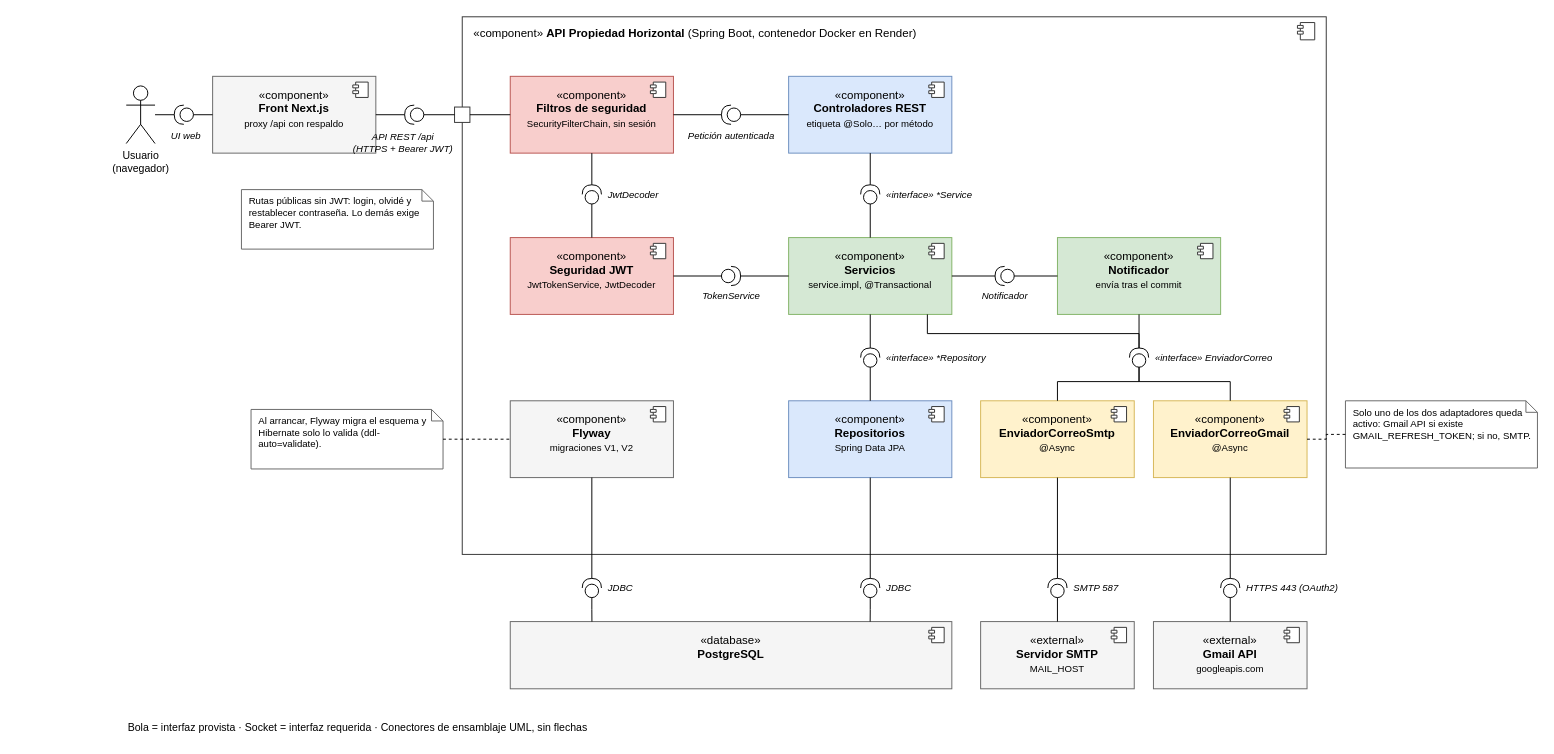
The draw.io diagram docs/diagramas/fuente/29-componentes.drawio.xml in yor1008/propiedad-horizontal-back-end, before the edit. Source tidied: cells renumbered, new cells numbered last; positions are measured from the earlier drawing's top-left corner, leaving out a move shared by most shapes. Both pictures are drawn from the tidied source at 96%, with x=0, y=0 at pixel (126, 16).
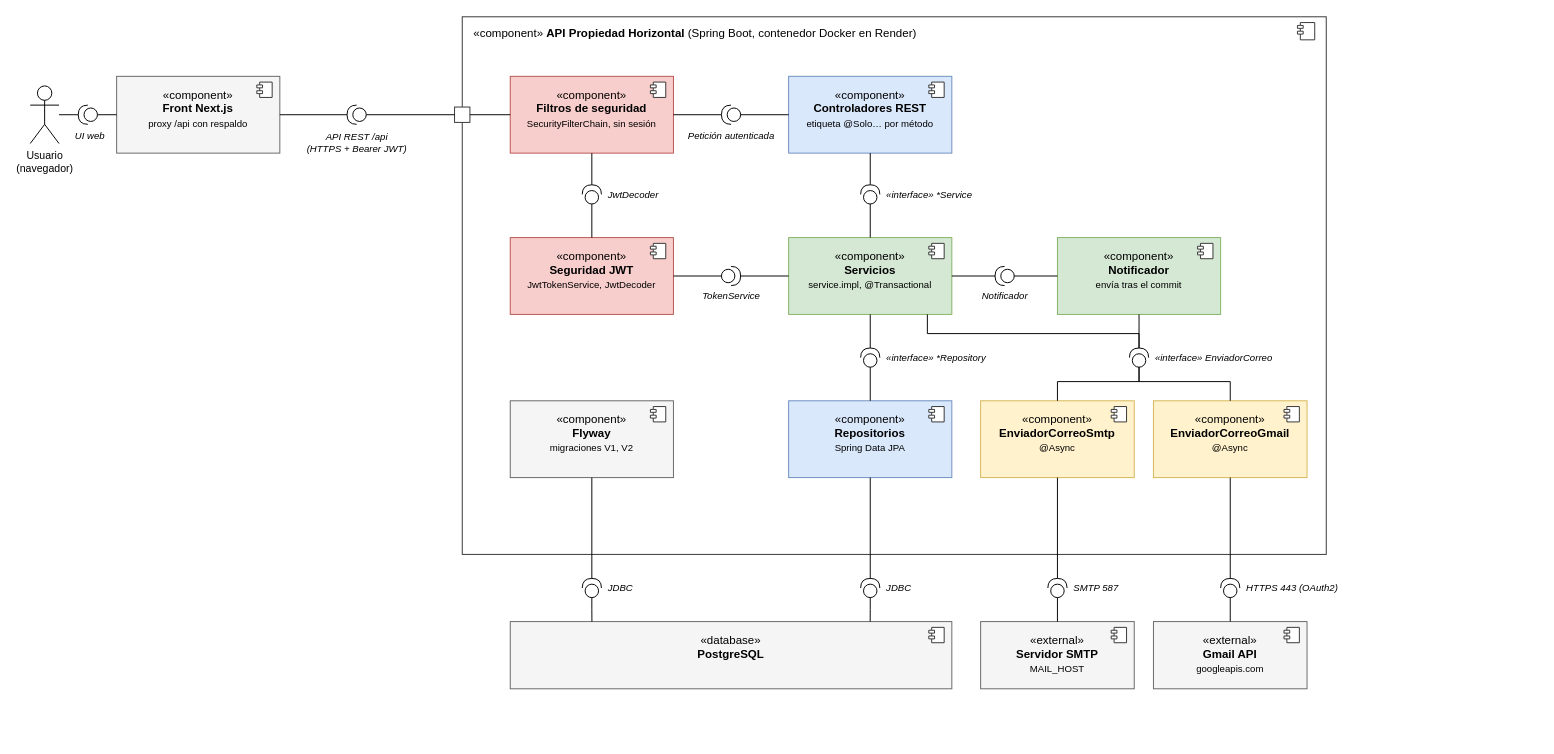
Above is the later version.

Commit message (it also covers changes not shown here):
Limpia el diagrama de componentes: sin notas ni leyenda y conector de la API mas largo

Unchanged cells that the change refers to:
```xml
<mxCell id="17" value="&amp;laquo;component&amp;raquo;&lt;br&gt;&lt;b&gt;Flyway&lt;/b&gt;&lt;br&gt;&lt;font style=&quot;font-size:10px&quot;&gt;migraciones V1, V2&lt;/font&gt;" style="rounded=0;whiteSpace=wrap;html=1;verticalAlign=top;spacingTop=6;fontSize=12;fillColor=#f5f5f5;strokeColor=#666666;" parent="1" vertex="1">
  <mxGeometry x="400" y="400" width="170" height="80" as="geometry" />
</mxCell>
<mxCell id="23" value="&amp;laquo;component&amp;raquo;&lt;br&gt;&lt;b&gt;EnviadorCorreoGmail&lt;/b&gt;&lt;br&gt;&lt;font style=&quot;font-size:10px&quot;&gt;@Async&lt;/font&gt;" style="rounded=0;whiteSpace=wrap;html=1;verticalAlign=top;spacingTop=6;fontSize=12;fillColor=#fff2cc;strokeColor=#d6b656;" parent="1" vertex="1">
  <mxGeometry x="1070" y="400" width="160" height="80" as="geometry" />
</mxCell>
```

What changed in the source:
```diff
@@
     <mxCell id="4" value="Usuario&lt;br&gt;(navegador)" style="shape=umlActor;verticalLabelPosition=bottom;verticalAlign=top;html=1;outlineConnect=0;fontSize=11;" parent="1" vertex="1">
-      <mxGeometry y="72" width="30" height="60" as="geometry" />
+      <mxGeometry x="-100" y="72" width="30" height="60" as="geometry" />
     </mxCell>
     <mxCell id="5" value="&amp;laquo;component&amp;raquo;&lt;br&gt;&lt;b&gt;Front Next.js&lt;/b&gt;&lt;br&gt;&lt;font style=&quot;font-size:10px&quot;&gt;proxy /api con respaldo&lt;/font&gt;" style="rounded=0;whiteSpace=wrap;html=1;verticalAlign=top;spacingTop=6;fontSize=12;fillColor=#f5f5f5;strokeColor=#666666;" parent="1" vertex="1">
-      <mxGeometry x="90" y="62" width="170" height="80" as="geometry" />
+      <mxGeometry x="-10" y="62" width="170" height="80" as="geometry" />
     </mxCell>
     <mxCell id="6" style="shape=module;jettyWidth=6;jettyHeight=3;html=1;fillColor=#ffffff;strokeColor=#333333;" parent="1" vertex="1">
-      <mxGeometry x="236" y="68" width="16" height="16" as="geometry" />
+      <mxGeometry x="136" y="68" width="16" height="16" as="geometry" />
     </mxCell>
@@
     <mxCell id="32" style="shape=providedRequiredInterface;html=1;verticalLabelPosition=bottom;sketch=0;rotation=180;" parent="1" vertex="1">
-      <mxGeometry x="50" y="92" width="20" height="20" as="geometry" />
+      <mxGeometry x="-50" y="92" width="20" height="20" as="geometry" />
     </mxCell>
     <mxCell id="33" style="shape=providedRequiredInterface;html=1;verticalLabelPosition=bottom;sketch=0;rotation=180;" parent="1" vertex="1">
-      <mxGeometry x="290" y="92" width="20" height="20" as="geometry" />
+      <mxGeometry x="230" y="92" width="20" height="20" as="geometry" />
     </mxCell>
@@
     <mxCell id="45" value="UI web" style="text;html=1;align=center;verticalAlign=middle;fontSize=10;fontStyle=2;" parent="1" vertex="1">
-      <mxGeometry x="30" y="116" width="64" height="16" as="geometry" />
+      <mxGeometry x="-70" y="116" width="64" height="16" as="geometry" />
     </mxCell>
     <mxCell id="46" value="API REST /api&lt;br&gt;(HTTPS + Bearer JWT)" style="text;html=1;align=center;verticalAlign=middle;fontSize=10;fontStyle=2;" parent="1" vertex="1">
-      <mxGeometry x="236" y="116" width="104" height="30" as="geometry" />
+      <mxGeometry x="180" y="116" width="120" height="30" as="geometry" />
     </mxCell>
@@
-    <mxCell id="87" value="Solo uno de los dos adaptadores queda activo: Gmail API si existe GMAIL_REFRESH_TOKEN; si no, SMTP." style="shape=note;whiteSpace=wrap;html=1;size=12;align=left;spacingLeft=6;fontSize=10;fillColor=#ffffff;strokeColor=#666666;verticalAlign=top;" parent="1" vertex="1">
-      <mxGeometry x="1270" y="400" width="200" height="70" as="geometry" />
-    </mxCell>
-    <mxCell id="88" style="endArrow=none;html=1;rounded=0;edgeStyle=orthogonalEdgeStyle;dashed=1;exitX=0;exitY=0.5;entryX=1;entryY=0.5;" parent="1" edge="1" source="87" target="23">
-      <mxGeometry relative="1" as="geometry" />
-    </mxCell>
-    <mxCell id="89" value="Rutas públicas sin JWT: login, olvidé y restablecer contraseña. Lo demás exige Bearer JWT." style="shape=note;whiteSpace=wrap;html=1;size=12;align=left;spacingLeft=6;fontSize=10;fillColor=#ffffff;strokeColor=#666666;verticalAlign=top;" parent="1" vertex="1">
-      <mxGeometry x="120" y="180" width="200" height="62" as="geometry" />
-    </mxCell>
-    <mxCell id="90" value="Al arrancar, Flyway migra el esquema y Hibernate solo lo valida (ddl-auto=validate)." style="shape=note;whiteSpace=wrap;html=1;size=12;align=left;spacingLeft=6;fontSize=10;fillColor=#ffffff;strokeColor=#666666;verticalAlign=top;" parent="1" vertex="1">
-      <mxGeometry x="130" y="409" width="200" height="62" as="geometry" />
-    </mxCell>
-    <mxCell id="91" style="endArrow=none;html=1;rounded=0;edgeStyle=orthogonalEdgeStyle;dashed=1;exitX=1;exitY=0.5;entryX=0;entryY=0.5;" parent="1" edge="1" source="90" target="17">
-      <mxGeometry relative="1" as="geometry" />
-    </mxCell>
-    <mxCell id="92" value="Bola = interfaz provista · Socket = interfaz requerida · Conectores de ensamblaje UML, sin flechas" style="text;html=1;align=left;verticalAlign=middle;fontSize=11;" parent="1" vertex="1">
-      <mxGeometry y="730" width="700" height="20" as="geometry" />
-    </mxCell>
```
